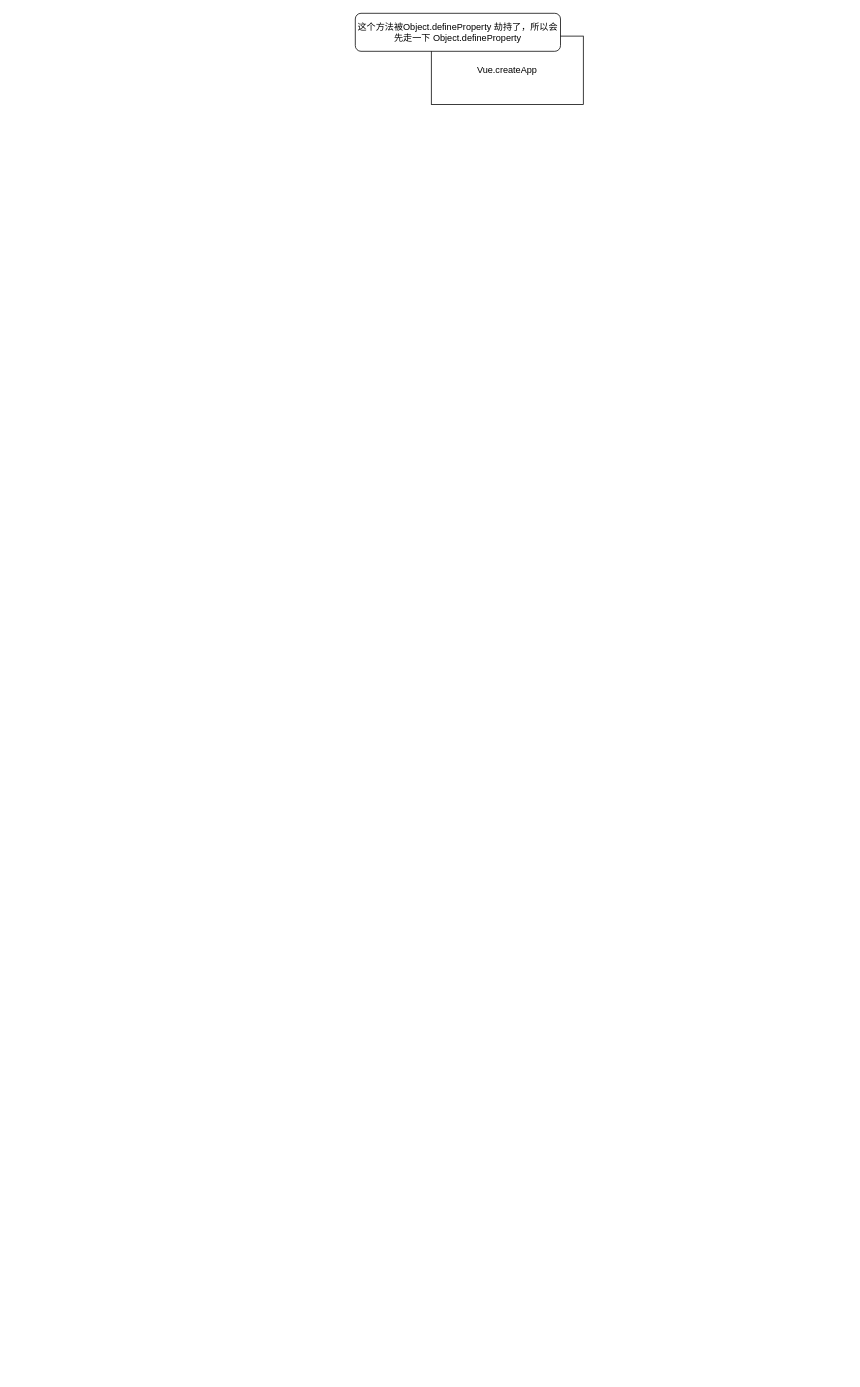
Earlier version of the draw.io diagram vue-first-render.drawio (wine-fall/drawioDisk). Source tidied: cells renumbered, new cells numbered last; positions are measured from the earlier drawing's top-left corner, leaving out a move shared by most shapes. Both pictures are drawn from the tidied source at 76%, with x=0, y=0 at pixel (355, 13).
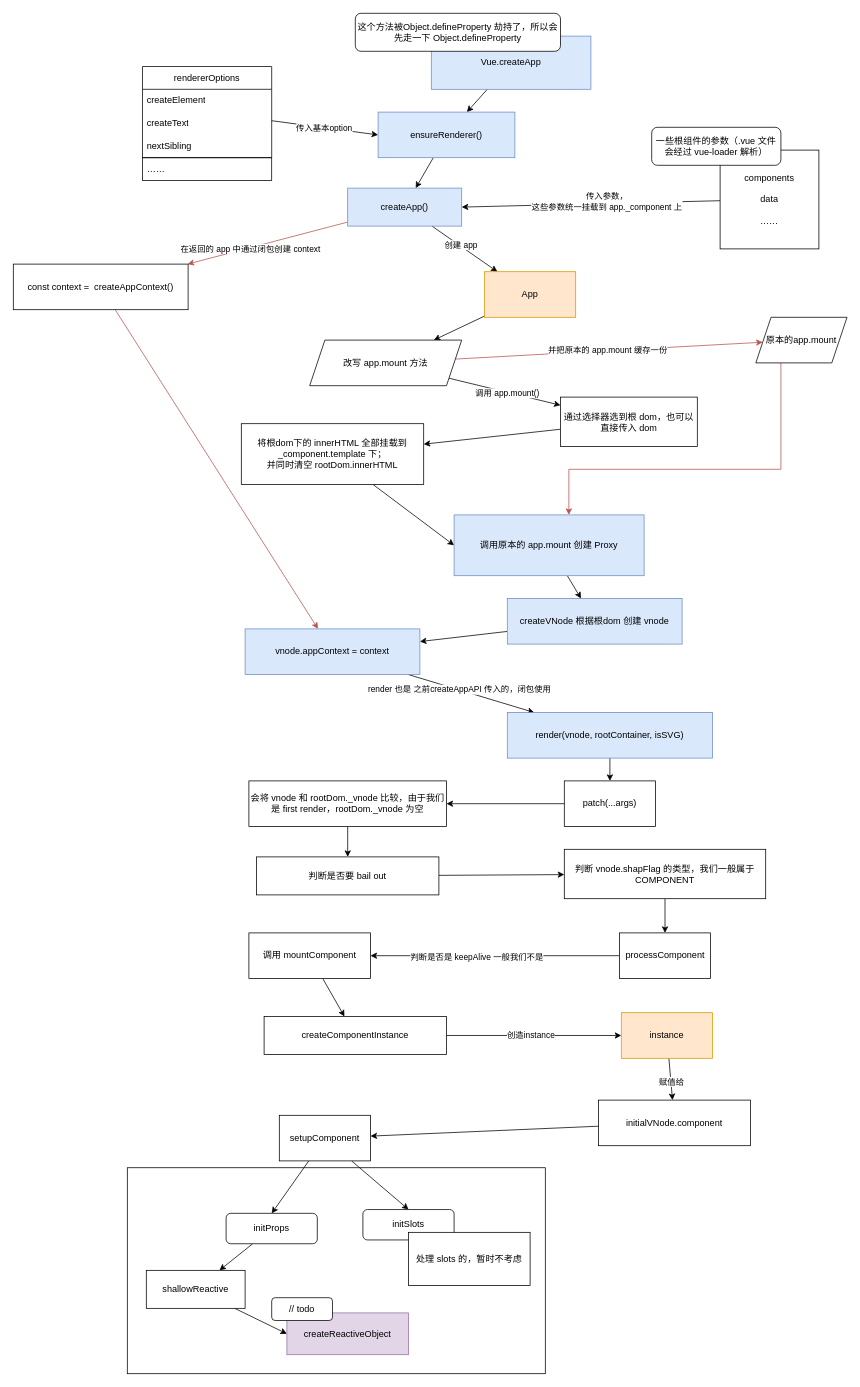
The same page after the edit.

The edit, as a diff of the source:
```diff
@@
+    <mxCell id="4" style="rounded=0;whiteSpace=wrap;html=1;" parent="1" vertex="1">
+      <mxGeometry x="-300" y="1519" width="550" height="271" as="geometry" />
+    </mxCell>
+    <mxCell id="5" style="rounded=0;jettySize=auto;html=1;" parent="1" edge="1" source="2" target="7">
+      <mxGeometry relative="1" as="geometry" />
+    </mxCell>
-    <mxCell id="2" value="Vue.createApp" style="rounded=0;whiteSpace=wrap;html=1;" parent="1" vertex="1">
-      <mxGeometry x="100" y="30" width="200" height="90" as="geometry" />
+    <mxCell id="2" value="Vue.createApp" style="rounded=0;whiteSpace=wrap;html=1;fillColor=#dae8fc;strokeColor=#6c8ebf;" parent="1" vertex="1">
+      <mxGeometry x="100" y="30" width="210" height="70" as="geometry" />
     </mxCell>
@@
+    <mxCell id="6" style="rounded=0;jettySize=auto;html=1;" parent="1" edge="1" source="7" target="19">
+      <mxGeometry relative="1" as="geometry" />
+    </mxCell>
+    <mxCell id="7" value="ensureRenderer()" style="rounded=0;whiteSpace=wrap;html=1;fillColor=#dae8fc;strokeColor=#6c8ebf;" parent="1" vertex="1">
+      <mxGeometry x="30" y="130" width="180" height="60" as="geometry" />
+    </mxCell>
+    <mxCell id="8" style="rounded=0;jettySize=auto;html=1;entryX=0;entryY=0.5;entryDx=0;entryDy=0;" parent="1" edge="1" source="10" target="7">
+      <mxGeometry relative="1" as="geometry" />
+    </mxCell>
+    <mxCell id="9" value="传入基本option" style="edgeLabel;html=1;align=center;verticalAlign=middle;" parent="8" vertex="1">
+      <mxGeometry x="-0.02" relative="1" as="geometry" />
+    </mxCell>
+    <mxCell id="10" value="rendererOptions" style="swimlane;fontStyle=0;horizontal=1;startSize=30;whiteSpace=wrap;html=1;" parent="1" vertex="1">
+      <mxGeometry x="-280" y="70" width="170" height="120" as="geometry" />
+    </mxCell>
+    <mxCell id="11" value="createElement" style="text;strokeColor=none;fillColor=none;align=left;verticalAlign=middle;spacingLeft=4;spacingRight=4;overflow=hidden;whiteSpace=wrap;html=1;" parent="10" vertex="1">
+      <mxGeometry y="30" width="170" height="30" as="geometry" />
+    </mxCell>
+    <mxCell id="12" value="createText" style="text;strokeColor=none;fillColor=none;align=left;verticalAlign=middle;spacingLeft=4;spacingRight=4;overflow=hidden;whiteSpace=wrap;html=1;" parent="10" vertex="1">
+      <mxGeometry y="60" width="170" height="30" as="geometry" />
+    </mxCell>
+    <mxCell id="13" value="nextSibling" style="text;strokeColor=none;fillColor=none;align=left;verticalAlign=middle;spacingLeft=4;spacingRight=4;overflow=hidden;whiteSpace=wrap;html=1;" parent="10" vertex="1">
+      <mxGeometry y="90" width="170" height="30" as="geometry" />
+    </mxCell>
+    <mxCell id="14" value="……" style="text;strokeColor=default;fillColor=none;align=left;verticalAlign=middle;spacingLeft=4;spacingRight=4;overflow=hidden;whiteSpace=wrap;html=1;" parent="1" vertex="1">
+      <mxGeometry x="-280" y="190" width="170" height="30" as="geometry" />
+    </mxCell>
+    <mxCell id="15" style="rounded=0;jettySize=auto;html=1;" parent="1" edge="1" source="19" target="21">
+      <mxGeometry relative="1" as="geometry" />
+    </mxCell>
+    <mxCell id="16" value="创建 app" style="edgeLabel;html=1;align=center;verticalAlign=middle;" parent="15" vertex="1">
+      <mxGeometry x="-0.15" y="1" relative="1" as="geometry" />
+    </mxCell>
+    <mxCell id="17" style="edgeStyle=none;rounded=0;jettySize=auto;html=1;fillColor=#f8cecc;strokeColor=#b85450;" parent="1" edge="1" source="19" target="42">
+      <mxGeometry relative="1" as="geometry" />
+    </mxCell>
+    <mxCell id="18" value="在返回的 app 中通过闭包创建 context" style="edgeLabel;html=1;align=center;verticalAlign=middle;" parent="17" vertex="1">
+      <mxGeometry x="0.22" y="2" relative="1" as="geometry">
+        <mxPoint y="-1" as="offset" />
+      </mxGeometry>
+    </mxCell>
+    <mxCell id="19" value="createApp()" style="rounded=0;whiteSpace=wrap;html=1;fillColor=#dae8fc;strokeColor=#6c8ebf;" parent="1" vertex="1">
+      <mxGeometry x="-10" y="230" width="150" height="50" as="geometry" />
+    </mxCell>
+    <mxCell id="20" style="edgeStyle=none;rounded=0;jettySize=auto;html=1;" parent="1" edge="1" source="21" target="30">
+      <mxGeometry relative="1" as="geometry" />
+    </mxCell>
+    <mxCell id="21" value="App" style="rounded=0;whiteSpace=wrap;html=1;fillColor=#ffe6cc;strokeColor=#d79b00;" parent="1" vertex="1">
+      <mxGeometry x="170" y="340" width="120" height="60" as="geometry" />
+    </mxCell>
+    <mxCell id="22" style="edgeStyle=none;rounded=0;jettySize=auto;html=1;entryX=1;entryY=0.5;entryDx=0;entryDy=0;" parent="1" edge="1" source="24" target="19">
+      <mxGeometry relative="1" as="geometry" />
+    </mxCell>
+    <mxCell id="23" value="传入参数，&lt;br&gt;这些参数统一挂载到 app._component 上" style="edgeLabel;html=1;align=center;verticalAlign=middle;" parent="22" vertex="1">
+      <mxGeometry x="0.08" y="-2" relative="1" as="geometry">
+        <mxPoint x="34" y="-2" as="offset" />
+      </mxGeometry>
+    </mxCell>
+    <mxCell id="24" value="components&lt;br&gt;&lt;br&gt;data&lt;br&gt;&lt;br&gt;……" style="whiteSpace=wrap;html=1;" parent="1" vertex="1">
+      <mxGeometry x="480" y="180" width="130" height="130" as="geometry" />
+    </mxCell>
+    <mxCell id="25" value="一些根组件的参数（.vue 文件会经过 vue-loader 解析）" style="rounded=1;whiteSpace=wrap;html=1;" parent="1" vertex="1">
+      <mxGeometry x="390" y="150" width="170" height="50" as="geometry" />
+    </mxCell>
+    <mxCell id="26" style="edgeStyle=none;rounded=0;jettySize=auto;html=1;" parent="1" edge="1" source="30" target="32">
+      <mxGeometry relative="1" as="geometry" />
+    </mxCell>
+    <mxCell id="27" value="调用 app.mount()" style="edgeLabel;html=1;align=center;verticalAlign=middle;" parent="26" vertex="1">
+      <mxGeometry x="-0.18" y="-7" relative="1" as="geometry">
+        <mxPoint x="18" y="-2" as="offset" />
+      </mxGeometry>
+    </mxCell>
+    <mxCell id="28" style="edgeStyle=none;rounded=0;jettySize=auto;html=1;fillColor=#f8cecc;strokeColor=#b85450;" parent="1" edge="1" source="30" target="36">
+      <mxGeometry relative="1" as="geometry" />
+    </mxCell>
+    <mxCell id="29" value="并把原本的 app.mount 缓存一份" style="edgeLabel;html=1;align=center;verticalAlign=middle;" parent="28" vertex="1">
+      <mxGeometry x="-0.01" y="2" relative="1" as="geometry" />
+    </mxCell>
+    <mxCell id="30" value="改写 app.mount 方法" style="shape=parallelogram;perimeter=parallelogramPerimeter;whiteSpace=wrap;html=1;fixedSize=1;" parent="1" vertex="1">
+      <mxGeometry x="-60" y="430" width="200" height="60" as="geometry" />
+    </mxCell>
+    <mxCell id="31" style="edgeStyle=none;rounded=0;jettySize=auto;html=1;" parent="1" edge="1" source="32" target="34">
+      <mxGeometry relative="1" as="geometry" />
+    </mxCell>
+    <mxCell id="32" value="通过选择器选到根 dom，也可以直接传入 dom" style="rounded=0;whiteSpace=wrap;html=1;" parent="1" vertex="1">
+      <mxGeometry x="270" y="505" width="180" height="65" as="geometry" />
+    </mxCell>
+    <mxCell id="33" style="edgeStyle=none;rounded=0;jettySize=auto;html=1;entryX=0;entryY=0.5;entryDx=0;entryDy=0;" parent="1" edge="1" source="34" target="38">
+      <mxGeometry relative="1" as="geometry" />
+    </mxCell>
+    <mxCell id="34" value="&lt;div style=&quot;&quot;&gt;&lt;span style=&quot;background-color: initial;&quot;&gt;将根dom下的 innerHTML 全部挂载到 _component.template 下；&lt;/span&gt;&lt;/div&gt;&lt;div style=&quot;&quot;&gt;&lt;span style=&quot;background-color: initial;&quot;&gt;并同时清空 rootDom.innerHTML&lt;/span&gt;&lt;/div&gt;" style="rounded=0;whiteSpace=wrap;html=1;align=center;" parent="1" vertex="1">
+      <mxGeometry x="-150" y="540" width="240" height="80" as="geometry" />
+    </mxCell>
+    <mxCell id="35" style="edgeStyle=orthogonalEdgeStyle;rounded=0;jettySize=auto;html=1;fillColor=#f8cecc;strokeColor=#b85450;" parent="1" edge="1" source="36" target="38">
+      <mxGeometry relative="1" as="geometry">
+        <Array as="points">
+          <mxPoint x="560" y="600" />
+          <mxPoint x="281" y="600" />
+        </Array>
+      </mxGeometry>
+    </mxCell>
+    <mxCell id="36" value="原本的app.mount" style="shape=parallelogram;perimeter=parallelogramPerimeter;whiteSpace=wrap;html=1;fixedSize=1;" parent="1" vertex="1">
+      <mxGeometry x="527" y="400" width="120" height="60" as="geometry" />
+    </mxCell>
+    <mxCell id="37" style="edgeStyle=none;rounded=0;jettySize=auto;html=1;" parent="1" edge="1" source="38" target="40">
+      <mxGeometry relative="1" as="geometry" />
+    </mxCell>
+    <mxCell id="38" value="调用原本的 app.mount 创建 Proxy" style="rounded=0;whiteSpace=wrap;html=1;fillColor=#dae8fc;strokeColor=#6c8ebf;" parent="1" vertex="1">
+      <mxGeometry x="130" y="660" width="250" height="80" as="geometry" />
+    </mxCell>
+    <mxCell id="39" style="edgeStyle=none;rounded=0;jettySize=auto;html=1;" parent="1" edge="1" source="40" target="45">
+      <mxGeometry relative="1" as="geometry" />
+    </mxCell>
+    <mxCell id="40" value="createVNode 根据根dom 创建 vnode" style="rounded=0;whiteSpace=wrap;html=1;fillColor=#dae8fc;strokeColor=#6c8ebf;" parent="1" vertex="1">
+      <mxGeometry x="200" y="770" width="230" height="60" as="geometry" />
+    </mxCell>
+    <mxCell id="41" style="edgeStyle=none;rounded=0;jettySize=auto;html=1;fillColor=#f8cecc;strokeColor=#b85450;" parent="1" edge="1" source="42" target="45">
+      <mxGeometry relative="1" as="geometry" />
+    </mxCell>
+    <mxCell id="42" value="const context =&amp;nbsp;&amp;nbsp;createAppContext()" style="rounded=0;whiteSpace=wrap;html=1;" parent="1" vertex="1">
+      <mxGeometry x="-450" y="330" width="230" height="60" as="geometry" />
+    </mxCell>
+    <mxCell id="43" style="edgeStyle=none;rounded=0;jettySize=auto;html=1;" parent="1" edge="1" source="45" target="47">
+      <mxGeometry relative="1" as="geometry" />
+    </mxCell>
+    <mxCell id="44" value="render 也是 之前createAppAPI 传入的，闭包使用" style="edgeLabel;html=1;align=center;verticalAlign=middle;" parent="43" vertex="1">
+      <mxGeometry x="-0.19" y="1" relative="1" as="geometry" />
+    </mxCell>
+    <mxCell id="45" value="vnode.appContext = context" style="rounded=0;whiteSpace=wrap;html=1;fillColor=#dae8fc;strokeColor=#6c8ebf;" parent="1" vertex="1">
+      <mxGeometry x="-145" y="810" width="230" height="60" as="geometry" />
+    </mxCell>
+    <mxCell id="46" style="edgeStyle=none;rounded=0;jettySize=auto;html=1;" parent="1" edge="1" source="47" target="49">
+      <mxGeometry relative="1" as="geometry" />
+    </mxCell>
+    <mxCell id="47" value="render(vnode, rootContainer, isSVG)" style="rounded=0;whiteSpace=wrap;html=1;fillColor=#dae8fc;strokeColor=#6c8ebf;" parent="1" vertex="1">
+      <mxGeometry x="200" y="920" width="270" height="60" as="geometry" />
+    </mxCell>
+    <mxCell id="48" style="edgeStyle=none;rounded=0;jettySize=auto;html=1;" parent="1" edge="1" source="49" target="51">
+      <mxGeometry relative="1" as="geometry" />
+    </mxCell>
+    <mxCell id="49" value="patch(...args)" style="rounded=0;whiteSpace=wrap;html=1;" parent="1" vertex="1">
+      <mxGeometry x="275" y="1010" width="120" height="60" as="geometry" />
+    </mxCell>
+    <mxCell id="50" style="edgeStyle=none;rounded=0;jettySize=auto;html=1;" parent="1" edge="1" source="51" target="53">
+      <mxGeometry relative="1" as="geometry" />
+    </mxCell>
+    <mxCell id="51" value="会将 vnode 和 rootDom._vnode 比较，由于我们是 first render，rootDom._vnode 为空" style="rounded=0;whiteSpace=wrap;html=1;" parent="1" vertex="1">
+      <mxGeometry x="-140" y="1010" width="260" height="60" as="geometry" />
+    </mxCell>
+    <mxCell id="52" style="edgeStyle=none;rounded=0;jettySize=auto;html=1;" parent="1" edge="1" source="53" target="55">
+      <mxGeometry relative="1" as="geometry" />
+    </mxCell>
+    <mxCell id="53" value="判断是否要 bail out" style="rounded=0;whiteSpace=wrap;html=1;" parent="1" vertex="1">
+      <mxGeometry x="-130" y="1110" width="240" height="50" as="geometry" />
+    </mxCell>
+    <mxCell id="54" style="edgeStyle=none;rounded=0;jettySize=auto;html=1;" parent="1" edge="1" source="55" target="58">
+      <mxGeometry relative="1" as="geometry" />
+    </mxCell>
+    <mxCell id="55" value="判断 vnode.shapFlag 的类型，我们一般属于&lt;br&gt;COMPONENT" style="rounded=0;whiteSpace=wrap;html=1;" parent="1" vertex="1">
+      <mxGeometry x="275" y="1100" width="265" height="65" as="geometry" />
+    </mxCell>
+    <mxCell id="56" style="edgeStyle=none;rounded=0;jettySize=auto;html=1;" parent="1" edge="1" source="58" target="60">
+      <mxGeometry relative="1" as="geometry" />
+    </mxCell>
+    <mxCell id="57" value="判断是否是 keepAlive 一般我们不是" style="edgeLabel;html=1;align=center;verticalAlign=middle;" parent="56" vertex="1">
+      <mxGeometry x="0.15" y="1" relative="1" as="geometry" />
+    </mxCell>
+    <mxCell id="58" value="processComponent" style="rounded=0;whiteSpace=wrap;html=1;" parent="1" vertex="1">
+      <mxGeometry x="347.5" y="1210" width="120" height="60" as="geometry" />
+    </mxCell>
+    <mxCell id="59" style="edgeStyle=none;rounded=0;jettySize=auto;html=1;" parent="1" edge="1" source="60" target="64">
+      <mxGeometry relative="1" as="geometry" />
+    </mxCell>
+    <mxCell id="60" value="调用&amp;nbsp;mountComponent" style="rounded=0;whiteSpace=wrap;html=1;" parent="1" vertex="1">
+      <mxGeometry x="-140" y="1210" width="160" height="60" as="geometry" />
+    </mxCell>
+    <mxCell id="61" style="edgeStyle=none;rounded=0;orthogonalLoop=1;jettySize=auto;html=1;exitX=0.75;exitY=0;exitDx=0;exitDy=0;" parent="1" edge="1" source="60" target="60">
+      <mxGeometry relative="1" as="geometry" />
+    </mxCell>
+    <mxCell id="62" style="edgeStyle=none;rounded=0;jettySize=auto;html=1;" parent="1" edge="1" source="64" target="67">
+      <mxGeometry relative="1" as="geometry" />
+    </mxCell>
+    <mxCell id="63" value="创造instance" style="edgeLabel;html=1;align=center;verticalAlign=middle;" parent="62" vertex="1">
+      <mxGeometry x="-0.04" y="1" relative="1" as="geometry" />
+    </mxCell>
+    <mxCell id="64" value="createComponentInstance" style="rounded=0;whiteSpace=wrap;html=1;" parent="1" vertex="1">
+      <mxGeometry x="-120" y="1320" width="240" height="50" as="geometry" />
+    </mxCell>
+    <mxCell id="65" style="edgeStyle=none;rounded=0;jettySize=auto;html=1;" parent="1" edge="1" source="67" target="69">
+      <mxGeometry relative="1" as="geometry" />
+    </mxCell>
+    <mxCell id="66" value="赋值给" style="edgeLabel;html=1;align=center;verticalAlign=middle;" parent="65" vertex="1">
+      <mxGeometry x="0.24" y="2" relative="1" as="geometry">
+        <mxPoint x="-2" y="-3" as="offset" />
+      </mxGeometry>
+    </mxCell>
+    <mxCell id="67" value="instance" style="rounded=0;whiteSpace=wrap;html=1;fillColor=#ffe6cc;strokeColor=#d79b00;" parent="1" vertex="1">
+      <mxGeometry x="350" y="1315" width="120" height="60" as="geometry" />
+    </mxCell>
+    <mxCell id="68" style="edgeStyle=none;rounded=0;jettySize=auto;html=1;" parent="1" edge="1" source="69" target="72">
+      <mxGeometry relative="1" as="geometry" />
+    </mxCell>
+    <mxCell id="69" value="initialVNode.component" style="rounded=0;whiteSpace=wrap;html=1;" parent="1" vertex="1">
+      <mxGeometry x="320" y="1430" width="200" height="60" as="geometry" />
+    </mxCell>
+    <mxCell id="70" style="edgeStyle=none;rounded=0;jettySize=auto;html=1;entryX=0.5;entryY=0;entryDx=0;entryDy=0;" parent="1" edge="1" source="72" target="74">
+      <mxGeometry relative="1" as="geometry" />
+    </mxCell>
+    <mxCell id="71" style="edgeStyle=none;rounded=0;jettySize=auto;html=1;entryX=0.5;entryY=0;entryDx=0;entryDy=0;" parent="1" edge="1" source="72" target="75">
+      <mxGeometry relative="1" as="geometry" />
+    </mxCell>
+    <mxCell id="72" value="setupComponent" style="rounded=0;whiteSpace=wrap;html=1;" parent="1" vertex="1">
+      <mxGeometry x="-100" y="1450" width="120" height="60" as="geometry" />
+    </mxCell>
+    <mxCell id="73" style="edgeStyle=none;rounded=0;jettySize=auto;html=1;" parent="1" edge="1" source="74" target="77">
+      <mxGeometry relative="1" as="geometry" />
+    </mxCell>
+    <mxCell id="74" value="initProps" style="rounded=1;whiteSpace=wrap;html=1;" parent="1" vertex="1">
+      <mxGeometry x="-170" y="1579" width="120" height="40" as="geometry" />
+    </mxCell>
+    <mxCell id="75" value="initSlots" style="rounded=1;whiteSpace=wrap;html=1;" parent="1" vertex="1">
+      <mxGeometry x="10" y="1574" width="120" height="40" as="geometry" />
+    </mxCell>
+    <mxCell id="76" style="edgeStyle=none;rounded=0;jettySize=auto;html=1;entryX=0;entryY=0.5;entryDx=0;entryDy=0;" parent="1" edge="1" source="77" target="78">
+      <mxGeometry relative="1" as="geometry" />
+    </mxCell>
+    <mxCell id="77" value="shallowReactive" style="rounded=0;whiteSpace=wrap;html=1;" parent="1" vertex="1">
+      <mxGeometry x="-275" y="1654" width="130" height="50" as="geometry" />
+    </mxCell>
+    <mxCell id="78" value="createReactiveObject" style="rounded=0;whiteSpace=wrap;html=1;fillColor=#e1d5e7;strokeColor=#9673a6;" parent="1" vertex="1">
+      <mxGeometry x="-90" y="1710" width="160" height="55" as="geometry" />
+    </mxCell>
+    <mxCell id="79" value="// todo" style="rounded=1;whiteSpace=wrap;html=1;" parent="1" vertex="1">
+      <mxGeometry x="-110" y="1690" width="80" height="30" as="geometry" />
+    </mxCell>
+    <mxCell id="80" value="处理 slots 的，暂时不考虑" style="rounded=0;whiteSpace=wrap;html=1;" parent="1" vertex="1">
+      <mxGeometry x="70" y="1604" width="160" height="70" as="geometry" />
+    </mxCell>
```
